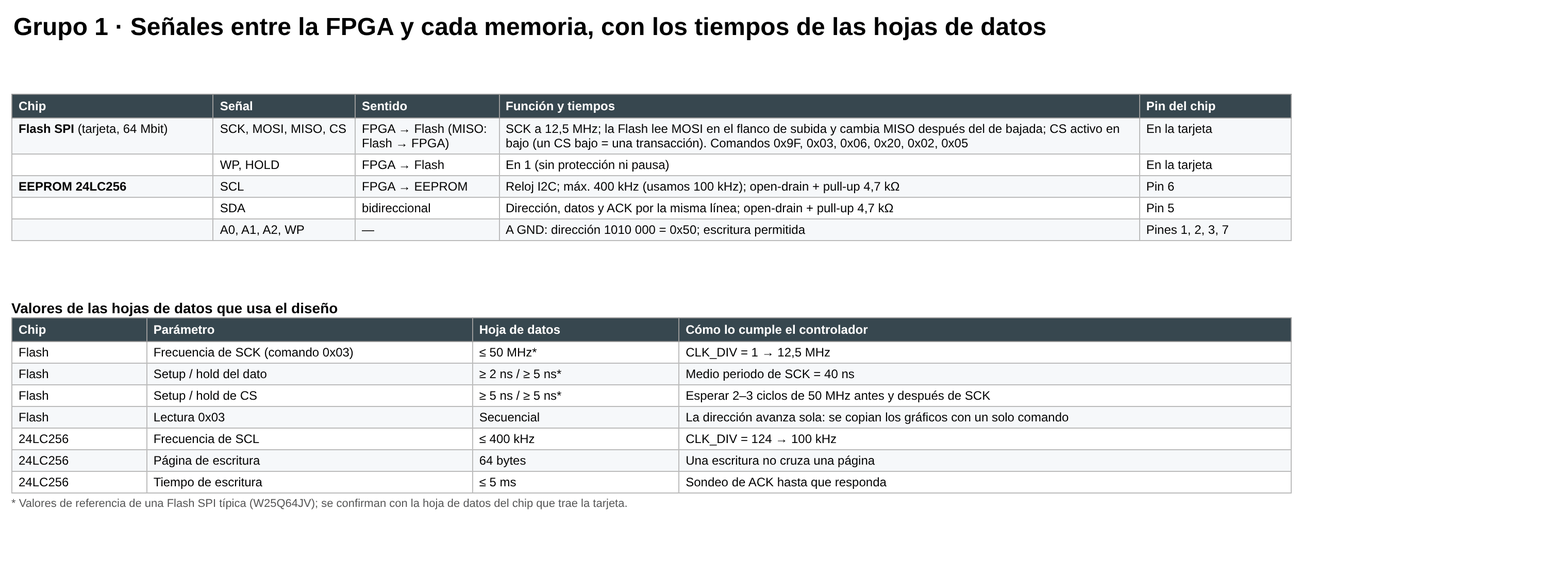
The draw.io diagram grupo1-memoria-externa/docs/diagramas/3-tiempos/Grupo1_Senales_y_Tiempos.drawio.png in wwilchesc/Proyecto-Final-Digital-Grupo-10, before a commit. Source tidied: cells renumbered, new cells last; positions are measured from the earlier drawing's top-left corner, leaving out a move shared by most shapes.
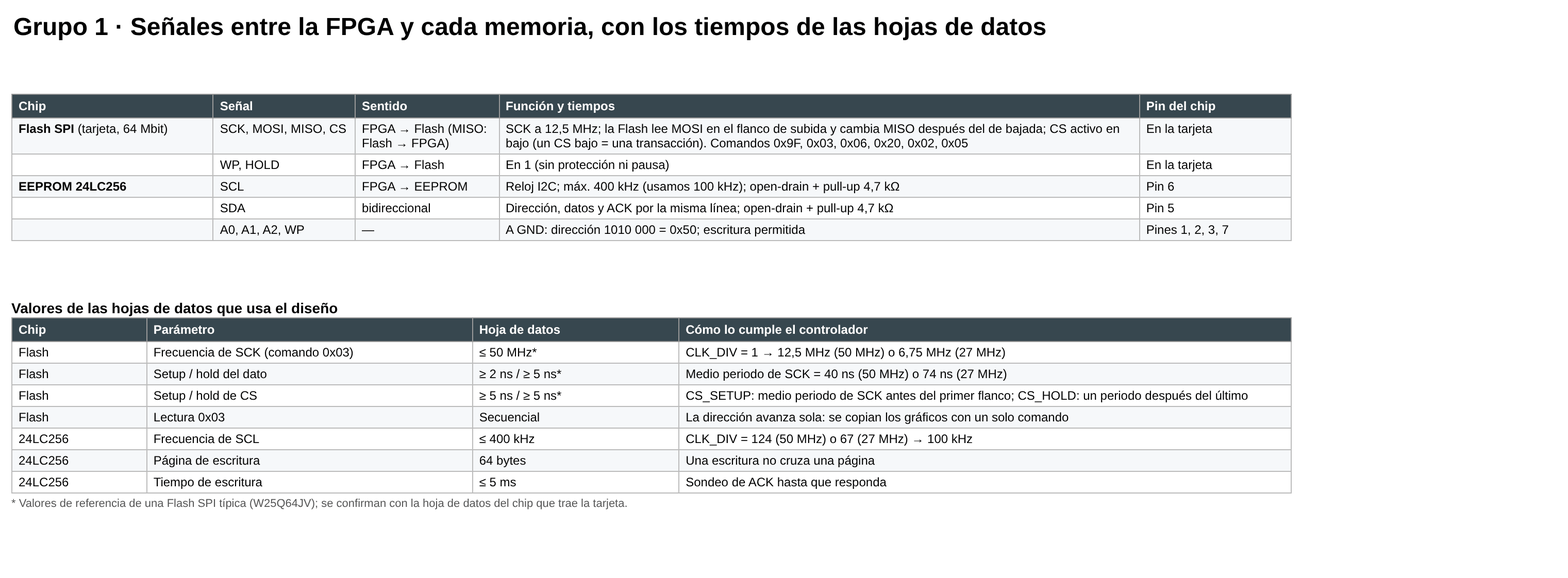
Above is the later version.

Commit message:
Señales y tiempos: reloj de 50 y 27 MHz y tiempos de CS corregidos

What changed in the source:
```diff
@@ -8,7 +8,7 @@
     <mxCell id="3" value="&lt;table style=&quot;border-collapse:collapse;font-size:12px;width:100%;&quot;&gt;&lt;tr&gt;&lt;th style=&quot;background:#37474f;color:#fff;padding:4px 6px;border:1px solid #999;text-align:left;width:190px;&quot;&gt;Chip&lt;/th&gt;&lt;th style=&quot;background:#37474f;color:#fff;padding:4px 6px;border:1px solid #999;text-align:left;width:130px;&quot;&gt;Señal&lt;/th&gt;&lt;th style=&quot;background:#37474f;color:#fff;padding:4px 6px;border:1px solid #999;text-align:left;width:130px;&quot;&gt;Sentido&lt;/th&gt;&lt;th style=&quot;background:#37474f;color:#fff;padding:4px 6px;border:1px solid #999;text-align:left;width:640px;&quot;&gt;Función y tiempos&lt;/th&gt;&lt;th style=&quot;background:#37474f;color:#fff;padding:4px 6px;border:1px solid #999;text-align:left;width:140px;&quot;&gt;Pin del chip&lt;/th&gt;&lt;/tr&gt;&lt;tr style=&quot;background:#f6f8fa&quot;&gt;&lt;td style=&quot;padding:3px 6px;border:1px solid #bbb;vertical-align:top;&quot;&gt;&lt;b&gt;Flash SPI&lt;/b&gt; (tarjeta, 64 Mbit)&lt;/td&gt;&lt;td style=&quot;padding:3px 6px;border:1px solid #bbb;vertical-align:top;&quot;&gt;SCK, MOSI, MISO, CS&lt;/td&gt;&lt;td style=&quot;padding:3px 6px;border:1px solid #bbb;vertical-align:top;&quot;&gt;FPGA → Flash (MISO: Flash → FPGA)&lt;/td&gt;&lt;td style=&quot;padding:3px 6px;border:1px solid #bbb;vertical-align:top;&quot;&gt;SCK a 12,5 MHz; la Flash lee MOSI en el flanco de subida y cambia MISO después del de bajada; CS activo en bajo (un CS bajo = una transacción). Comandos 0x9F, 0x03, 0x06, 0x20, 0x02, 0x05&lt;/td&gt;&lt;td style=&quot;padding:3px 6px;border:1px solid #bbb;vertical-align:top;&quot;&gt;En la tarjeta&lt;/td&gt;&lt;/tr&gt;&lt;tr style=&quot;background:#ffffff&quot;&gt;&lt;td style=&quot;padding:3px 6px;border:1px solid #bbb;vertical-align:top;&quot;&gt;&lt;/td&gt;&lt;td style=&quot;padding:3px 6px;border:1px solid #bbb;vertical-align:top;&quot;&gt;WP, HOLD&lt;/td&gt;&lt;td style=&quot;padding:3px 6px;border:1px solid #bbb;vertical-align:top;&quot;&gt;FPGA → Flash&lt;/td&gt;&lt;td style=&quot;padding:3px 6px;border:1px solid #bbb;vertical-align:top;&quot;&gt;En 1 (sin protección ni pausa)&lt;/td&gt;&lt;td style=&quot;padding:3px 6px;border:1px solid #bbb;vertical-align:top;&quot;&gt;En la tarjeta&lt;/td&gt;&lt;/tr&gt;&lt;tr style=&quot;background:#f6f8fa&quot;&gt;&lt;td style=&quot;padding:3px 6px;border:1px solid #bbb;vertical-align:top;&quot;&gt;&lt;b&gt;EEPROM 24LC256&lt;/b&gt;&lt;/td&gt;&lt;td style=&quot;padding:3px 6px;border:1px solid #bbb;vertical-align:top;&quot;&gt;SCL&lt;/td&gt;&lt;td style=&quot;padding:3px 6px;border:1px solid #bbb;vertical-align:top;&quot;&gt;FPGA → EEPROM&lt;/td&gt;&lt;td style=&quot;padding:3px 6px;border:1px solid #bbb;vertical-align:top;&quot;&gt;Reloj I2C; máx. 400 kHz (usamos 100 kHz); open-drain + pull-up 4,7 kΩ&lt;/td&gt;&lt;td style=&quot;padding:3px 6px;border:1px solid #bbb;vertical-align:top;&quot;&gt;Pin 6&lt;/td&gt;&lt;/tr&gt;&lt;tr style=&quot;background:#ffffff&quot;&gt;&lt;td style=&quot;padding:3px 6px;border:1px solid #bbb;vertical-align:top;&quot;&gt;&lt;/td&gt;&lt;td style=&quot;padding:3px 6px;border:1px solid #bbb;vertical-align:top;&quot;&gt;SDA&lt;/td&gt;&lt;td style=&quot;padding:3px 6px;border:1px solid #bbb;vertical-align:top;&quot;&gt;bidireccional&lt;/td&gt;&lt;td style=&quot;padding:3px 6px;border:1px solid #bbb;vertical-align:top;&quot;&gt;Dirección, datos y ACK por la misma línea; open-drain + pull-up 4,7 kΩ&lt;/td&gt;&lt;td style=&quot;padding:3px 6px;border:1px solid #bbb;vertical-align:top;&quot;&gt;Pin 5&lt;/td&gt;&lt;/tr&gt;&lt;tr style=&quot;background:#f6f8fa&quot;&gt;&lt;td style=&quot;padding:3px 6px;border:1px solid #bbb;vertical-align:top;&quot;&gt;&lt;/td&gt;&lt;td style=&quot;padding:3px 6px;border:1px solid #bbb;vertical-align:top;&quot;&gt;A0, A1, A2, WP&lt;/td&gt;&lt;td style=&quot;padding:3px 6px;border:1px solid #bbb;vertical-align:top;&quot;&gt;—&lt;/td&gt;&lt;td style=&quot;padding:3px 6px;border:1px solid #bbb;vertical-align:top;&quot;&gt;A GND: dirección 1010 000 = 0x50; escritura permitida&lt;/td&gt;&lt;td style=&quot;padding:3px 6px;border:1px solid #bbb;vertical-align:top;&quot;&gt;Pines 1, 2, 3, 7&lt;/td&gt;&lt;/tr&gt;&lt;/table&gt;" style="text;strokeColor=none;fillColor=none;html=1;align=left;verticalAlign=top;whiteSpace=wrap;overflow=fill;spacing=6;fontSize=12;fontFamily=Helvetica;" parent="1" vertex="1">
       <mxGeometry y="80" width="1240" height="460" as="geometry" />
     </mxCell>
-    <mxCell id="4" value="&lt;b style=&quot;font-size:14px&quot;&gt;Valores de las hojas de datos que usa el diseño&lt;/b&gt;&lt;table style=&quot;border-collapse:collapse;font-size:12px;width:100%;&quot;&gt;&lt;tr&gt;&lt;th style=&quot;background:#37474f;color:#fff;padding:4px 6px;border:1px solid #999;text-align:left;width:100px;&quot;&gt;Chip&lt;/th&gt;&lt;th style=&quot;background:#37474f;color:#fff;padding:4px 6px;border:1px solid #999;text-align:left;width:260px;&quot;&gt;Parámetro&lt;/th&gt;&lt;th style=&quot;background:#37474f;color:#fff;padding:4px 6px;border:1px solid #999;text-align:left;width:160px;&quot;&gt;Hoja de datos&lt;/th&gt;&lt;th style=&quot;background:#37474f;color:#fff;padding:4px 6px;border:1px solid #999;text-align:left;width:500px;&quot;&gt;Cómo lo cumple el controlador&lt;/th&gt;&lt;/tr&gt;&lt;tr style=&quot;background:#ffffff&quot;&gt;&lt;td style=&quot;padding:3px 6px;border:1px solid #bbb;vertical-align:top;&quot;&gt;Flash&lt;/td&gt;&lt;td style=&quot;padding:3px 6px;border:1px solid #bbb;vertical-align:top;&quot;&gt;Frecuencia de SCK (comando 0x03)&lt;/td&gt;&lt;td style=&quot;padding:3px 6px;border:1px solid #bbb;vertical-align:top;&quot;&gt;≤ 50 MHz*&lt;/td&gt;&lt;td style=&quot;padding:3px 6px;border:1px solid #bbb;vertical-align:top;&quot;&gt;CLK_DIV = 1 → 12,5 MHz&lt;/td&gt;&lt;/tr&gt;&lt;tr style=&quot;background:#f6f8fa&quot;&gt;&lt;td style=&quot;padding:3px 6px;border:1px solid #bbb;vertical-align:top;&quot;&gt;Flash&lt;/td&gt;&lt;td style=&quot;padding:3px 6px;border:1px solid #bbb;vertical-align:top;&quot;&gt;Setup / hold del dato&lt;/td&gt;&lt;td style=&quot;padding:3px 6px;border:1px solid #bbb;vertical-align:top;&quot;&gt;≥ 2 ns / ≥ 5 ns*&lt;/td&gt;&lt;td style=&quot;padding:3px 6px;border:1px solid #bbb;vertical-align:top;&quot;&gt;Medio periodo de SCK = 40 ns&lt;/td&gt;&lt;/tr&gt;&lt;tr style=&quot;background:#ffffff&quot;&gt;&lt;td style=&quot;padding:3px 6px;border:1px solid #bbb;vertical-align:top;&quot;&gt;Flash&lt;/td&gt;&lt;td style=&quot;padding:3px 6px;border:1px solid #bbb;vertical-align:top;&quot;&gt;Setup / hold de CS&lt;/td&gt;&lt;td style=&quot;padding:3px 6px;border:1px solid #bbb;vertical-align:top;&quot;&gt;≥ 5 ns / ≥ 5 ns*&lt;/td&gt;&lt;td style=&quot;padding:3px 6px;border:1px solid #bbb;vertical-align:top;&quot;&gt;Esperar 2–3 ciclos de 50 MHz antes y después de SCK&lt;/td&gt;&lt;/tr&gt;&lt;tr style=&quot;background:#f6f8fa&quot;&gt;&lt;td style=&quot;padding:3px 6px;border:1px solid #bbb;vertical-align:top;&quot;&gt;Flash&lt;/td&gt;&lt;td style=&quot;padding:3px 6px;border:1px solid #bbb;vertical-align:top;&quot;&gt;Lectura 0x03&lt;/td&gt;&lt;td style=&quot;padding:3px 6px;border:1px solid #bbb;vertical-align:top;&quot;&gt;Secuencial&lt;/td&gt;&lt;td style=&quot;padding:3px 6px;border:1px solid #bbb;vertical-align:top;&quot;&gt;La dirección avanza sola: se copian los gráficos con un solo comando&lt;/td&gt;&lt;/tr&gt;&lt;tr style=&quot;background:#ffffff&quot;&gt;&lt;td style=&quot;padding:3px 6px;border:1px solid #bbb;vertical-align:top;&quot;&gt;24LC256&lt;/td&gt;&lt;td style=&quot;padding:3px 6px;border:1px solid #bbb;vertical-align:top;&quot;&gt;Frecuencia de SCL&lt;/td&gt;&lt;td style=&quot;padding:3px 6px;border:1px solid #bbb;vertical-align:top;&quot;&gt;≤ 400 kHz&lt;/td&gt;&lt;td style=&quot;padding:3px 6px;border:1px solid #bbb;vertical-align:top;&quot;&gt;CLK_DIV = 124 → 100 kHz&lt;/td&gt;&lt;/tr&gt;&lt;tr style=&quot;background:#f6f8fa&quot;&gt;&lt;td style=&quot;padding:3px 6px;border:1px solid #bbb;vertical-align:top;&quot;&gt;24LC256&lt;/td&gt;&lt;td style=&quot;padding:3px 6px;border:1px solid #bbb;vertical-align:top;&quot;&gt;Página de escritura&lt;/td&gt;&lt;td style=&quot;padding:3px 6px;border:1px solid #bbb;vertical-align:top;&quot;&gt;64 bytes&lt;/td&gt;&lt;td style=&quot;padding:3px 6px;border:1px solid #bbb;vertical-align:top;&quot;&gt;Una escritura no cruza una página&lt;/td&gt;&lt;/tr&gt;&lt;tr style=&quot;background:#ffffff&quot;&gt;&lt;td style=&quot;padding:3px 6px;border:1px solid #bbb;vertical-align:top;&quot;&gt;24LC256&lt;/td&gt;&lt;td style=&quot;padding:3px 6px;border:1px solid #bbb;vertical-align:top;&quot;&gt;Tiempo de escritura&lt;/td&gt;&lt;td style=&quot;padding:3px 6px;border:1px solid #bbb;vertical-align:top;&quot;&gt;≤ 5 ms&lt;/td&gt;&lt;td style=&quot;padding:3px 6px;border:1px solid #bbb;vertical-align:top;&quot;&gt;Sondeo de ACK hasta que responda&lt;/td&gt;&lt;/tr&gt;&lt;/table&gt;&lt;div style=&quot;font-size:11px;color:#555;margin-top:4px&quot;&gt;* Valores de referencia de una Flash SPI típica (W25Q64JV); se confirman con la hoja de datos del chip que trae la tarjeta.&lt;/div&gt;" style="text;strokeColor=none;fillColor=none;html=1;align=left;verticalAlign=top;whiteSpace=wrap;overflow=fill;spacing=6;fontSize=12;fontFamily=Helvetica;" parent="1" vertex="1">
+    <mxCell id="4" value="&lt;b style=&quot;font-size:14px&quot;&gt;Valores de las hojas de datos que usa el diseño&lt;/b&gt;&lt;table style=&quot;border-collapse:collapse;font-size:12px;width:100%;&quot;&gt;&lt;tr&gt;&lt;th style=&quot;background:#37474f;color:#fff;padding:4px 6px;border:1px solid #999;text-align:left;width:100px;&quot;&gt;Chip&lt;/th&gt;&lt;th style=&quot;background:#37474f;color:#fff;padding:4px 6px;border:1px solid #999;text-align:left;width:260px;&quot;&gt;Parámetro&lt;/th&gt;&lt;th style=&quot;background:#37474f;color:#fff;padding:4px 6px;border:1px solid #999;text-align:left;width:160px;&quot;&gt;Hoja de datos&lt;/th&gt;&lt;th style=&quot;background:#37474f;color:#fff;padding:4px 6px;border:1px solid #999;text-align:left;width:500px;&quot;&gt;Cómo lo cumple el controlador&lt;/th&gt;&lt;/tr&gt;&lt;tr style=&quot;background:#ffffff&quot;&gt;&lt;td style=&quot;padding:3px 6px;border:1px solid #bbb;vertical-align:top;&quot;&gt;Flash&lt;/td&gt;&lt;td style=&quot;padding:3px 6px;border:1px solid #bbb;vertical-align:top;&quot;&gt;Frecuencia de SCK (comando 0x03)&lt;/td&gt;&lt;td style=&quot;padding:3px 6px;border:1px solid #bbb;vertical-align:top;&quot;&gt;≤ 50 MHz*&lt;/td&gt;&lt;td style=&quot;padding:3px 6px;border:1px solid #bbb;vertical-align:top;&quot;&gt;CLK_DIV = 1 → 12,5 MHz (50 MHz) o 6,75 MHz (27 MHz)&lt;/td&gt;&lt;/tr&gt;&lt;tr style=&quot;background:#f6f8fa&quot;&gt;&lt;td style=&quot;padding:3px 6px;border:1px solid #bbb;vertical-align:top;&quot;&gt;Flash&lt;/td&gt;&lt;td style=&quot;padding:3px 6px;border:1px solid #bbb;vertical-align:top;&quot;&gt;Setup / hold del dato&lt;/td&gt;&lt;td style=&quot;padding:3px 6px;border:1px solid #bbb;vertical-align:top;&quot;&gt;≥ 2 ns / ≥ 5 ns*&lt;/td&gt;&lt;td style=&quot;padding:3px 6px;border:1px solid #bbb;vertical-align:top;&quot;&gt;Medio periodo de SCK = 40 ns (50 MHz) o 74 ns (27 MHz)&lt;/td&gt;&lt;/tr&gt;&lt;tr style=&quot;background:#ffffff&quot;&gt;&lt;td style=&quot;padding:3px 6px;border:1px solid #bbb;vertical-align:top;&quot;&gt;Flash&lt;/td&gt;&lt;td style=&quot;padding:3px 6px;border:1px solid #bbb;vertical-align:top;&quot;&gt;Setup / hold de CS&lt;/td&gt;&lt;td style=&quot;padding:3px 6px;border:1px solid #bbb;vertical-align:top;&quot;&gt;≥ 5 ns / ≥ 5 ns*&lt;/td&gt;&lt;td style=&quot;padding:3px 6px;border:1px solid #bbb;vertical-align:top;&quot;&gt;CS_SETUP: medio periodo de SCK antes del primer flanco; CS_HOLD: un periodo después del último&lt;/td&gt;&lt;/tr&gt;&lt;tr style=&quot;background:#f6f8fa&quot;&gt;&lt;td style=&quot;padding:3px 6px;border:1px solid #bbb;vertical-align:top;&quot;&gt;Flash&lt;/td&gt;&lt;td style=&quot;padding:3px 6px;border:1px solid #bbb;vertical-align:top;&quot;&gt;Lectura 0x03&lt;/td&gt;&lt;td style=&quot;padding:3px 6px;border:1px solid #bbb;vertical-align:top;&quot;&gt;Secuencial&lt;/td&gt;&lt;td style=&quot;padding:3px 6px;border:1px solid #bbb;vertical-align:top;&quot;&gt;La dirección avanza sola: se copian los gráficos con un solo comando&lt;/td&gt;&lt;/tr&gt;&lt;tr style=&quot;background:#ffffff&quot;&gt;&lt;td style=&quot;padding:3px 6px;border:1px solid #bbb;vertical-align:top;&quot;&gt;24LC256&lt;/td&gt;&lt;td style=&quot;padding:3px 6px;border:1px solid #bbb;vertical-align:top;&quot;&gt;Frecuencia de SCL&lt;/td&gt;&lt;td style=&quot;padding:3px 6px;border:1px solid #bbb;vertical-align:top;&quot;&gt;≤ 400 kHz&lt;/td&gt;&lt;td style=&quot;padding:3px 6px;border:1px solid #bbb;vertical-align:top;&quot;&gt;CLK_DIV = 124 (50 MHz) o 67 (27 MHz) → 100 kHz&lt;/td&gt;&lt;/tr&gt;&lt;tr style=&quot;background:#f6f8fa&quot;&gt;&lt;td style=&quot;padding:3px 6px;border:1px solid #bbb;vertical-align:top;&quot;&gt;24LC256&lt;/td&gt;&lt;td style=&quot;padding:3px 6px;border:1px solid #bbb;vertical-align:top;&quot;&gt;Página de escritura&lt;/td&gt;&lt;td style=&quot;padding:3px 6px;border:1px solid #bbb;vertical-align:top;&quot;&gt;64 bytes&lt;/td&gt;&lt;td style=&quot;padding:3px 6px;border:1px solid #bbb;vertical-align:top;&quot;&gt;Una escritura no cruza una página&lt;/td&gt;&lt;/tr&gt;&lt;tr style=&quot;background:#ffffff&quot;&gt;&lt;td style=&quot;padding:3px 6px;border:1px solid #bbb;vertical-align:top;&quot;&gt;24LC256&lt;/td&gt;&lt;td style=&quot;padding:3px 6px;border:1px solid #bbb;vertical-align:top;&quot;&gt;Tiempo de escritura&lt;/td&gt;&lt;td style=&quot;padding:3px 6px;border:1px solid #bbb;vertical-align:top;&quot;&gt;≤ 5 ms&lt;/td&gt;&lt;td style=&quot;padding:3px 6px;border:1px solid #bbb;vertical-align:top;&quot;&gt;Sondeo de ACK hasta que responda&lt;/td&gt;&lt;/tr&gt;&lt;/table&gt;&lt;div style=&quot;font-size:11px;color:#555;margin-top:4px&quot;&gt;* Valores de referencia de una Flash SPI típica (W25Q64JV); se confirman con la hoja de datos del chip que trae la tarjeta.&lt;/div&gt;" style="text;strokeColor=none;fillColor=none;html=1;align=left;verticalAlign=top;whiteSpace=wrap;overflow=fill;spacing=6;fontSize=12;fontFamily=Helvetica;" parent="1" vertex="1">
       <mxGeometry y="280" width="1240" height="260" as="geometry" />
     </mxCell>
   </root>
```
